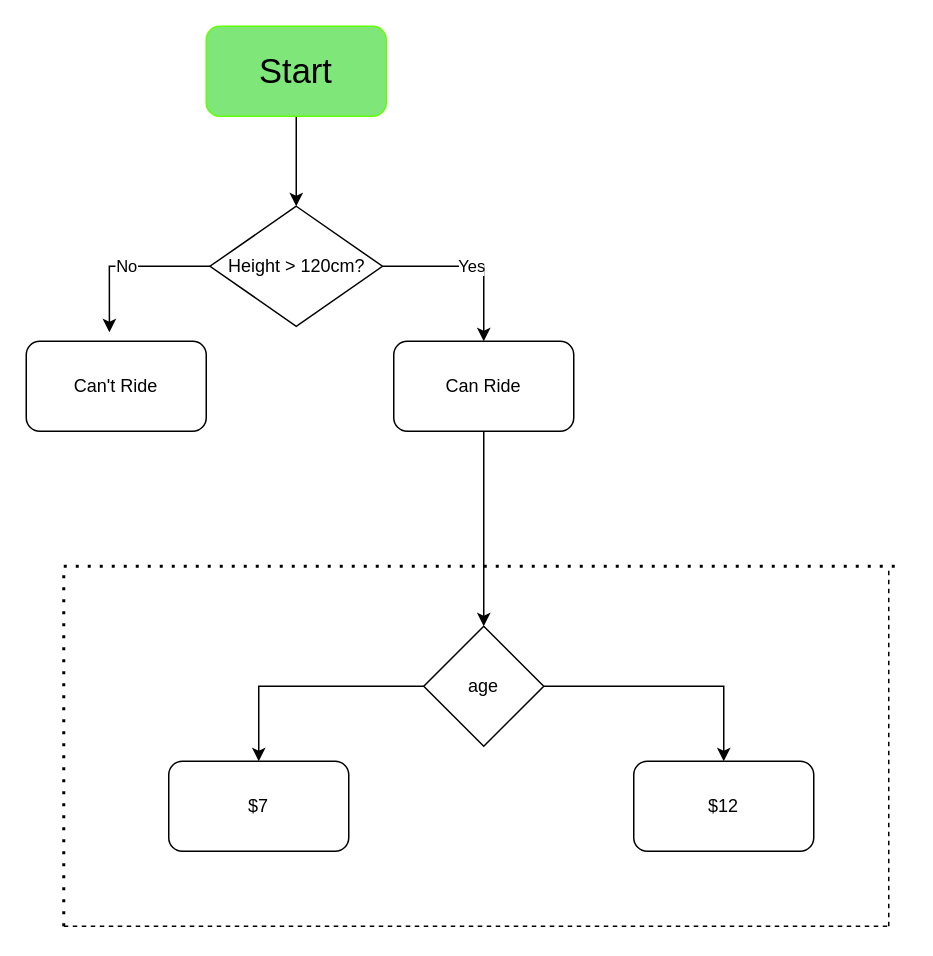
Above: Untitled Diagram.drawio in kkrtxkt/draw (draw.io), before the change. Source tidied: cells renumbered, new cells numbered last; positions are measured from the earlier drawing's top-left corner, leaving out a move shared by most shapes. Both pictures are drawn from the tidied source at 150%, with x=0, y=0 at pixel (26, 26).
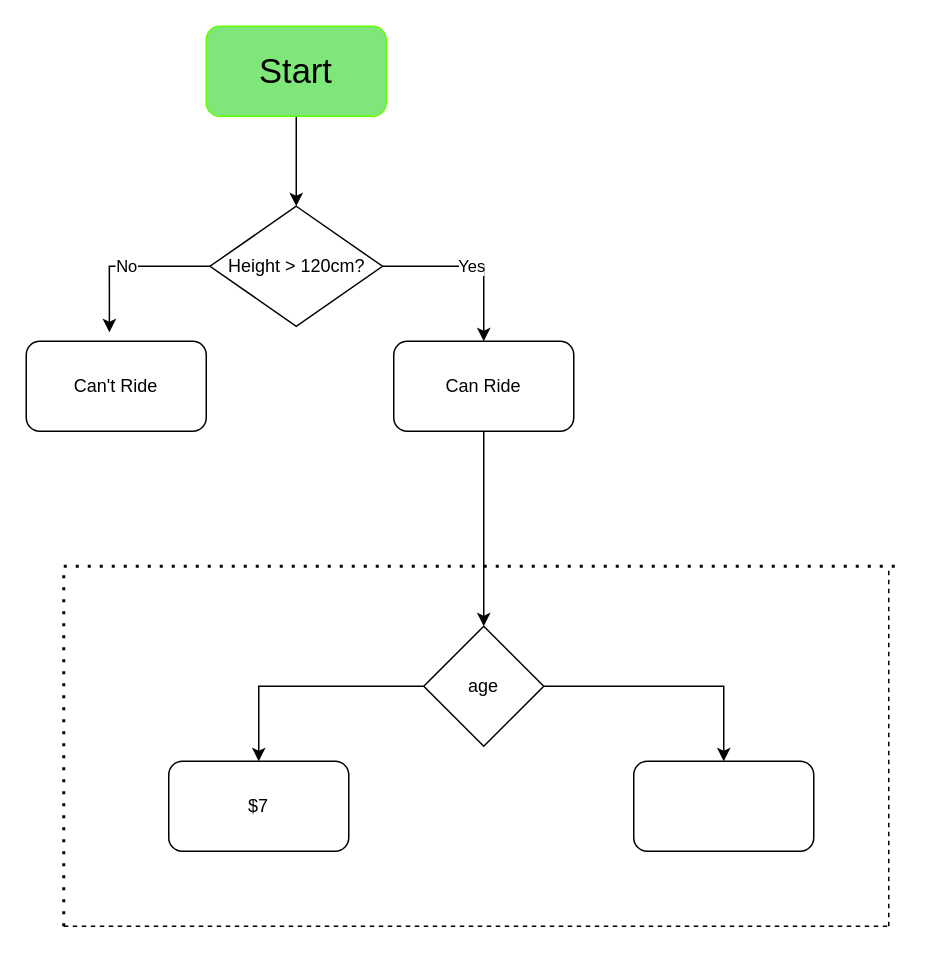
Above is the later version.

The edit, as a diff of the source:
```diff
@@
-    <mxCell id="15" value="$12" style="rounded=1;whiteSpace=wrap;html=1;" parent="1" vertex="1">
+    <mxCell id="15" style="rounded=1;whiteSpace=wrap;html=1;" parent="1" vertex="1">
       <mxGeometry x="405" y="490" width="120" height="60" as="geometry" />
     </mxCell>
```
